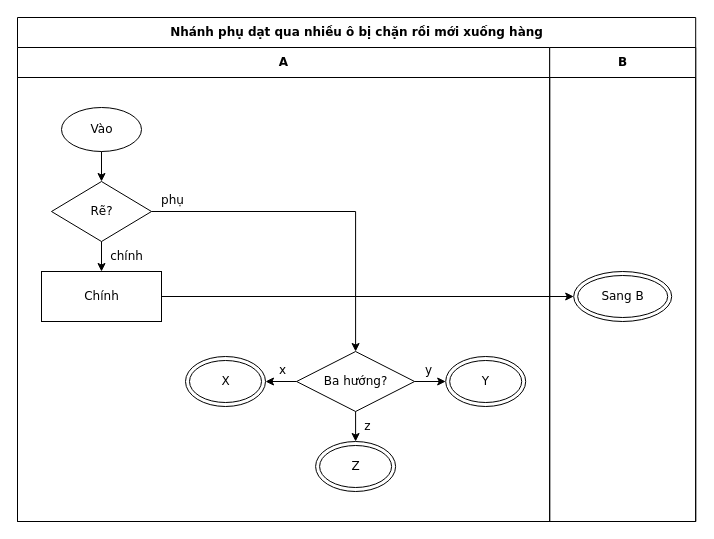
The draw.io diagram conformance/golden/cases/45-place-side-shift-blocked.drawio in luytbq/flowcast, before the edit. Source tidied: cells renumbered, new cells numbered last; positions are measured from the earlier drawing's top-left corner, leaving out a move shared by most shapes. Both pictures are drawn from the tidied source at 100%, with x=0, y=0 at pixel (17, 17).
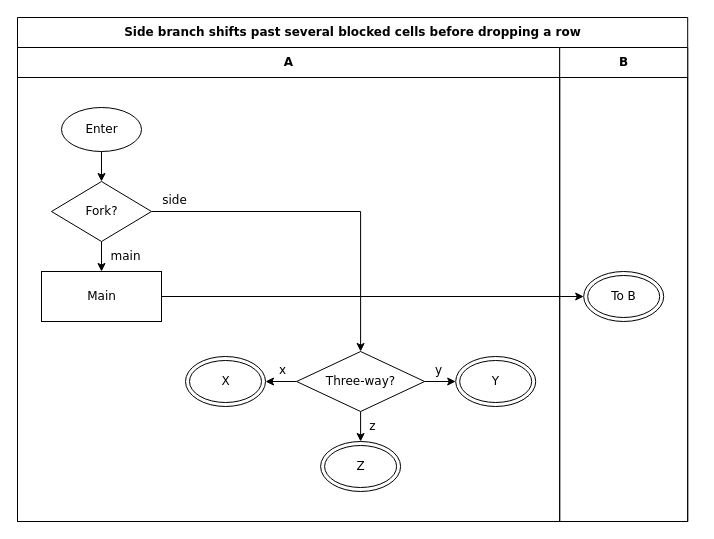
The same page after the edit.

Diff of the diagram source:
```diff
@@
-    <mxCell id="2" value="Nhánh phụ dạt qua nhiều ô bị chặn rồi mới xuống hàng" style="swimlane;html=1;startSize=30;fontStyle=1;fontFamily=Verdana;fontSize=12;flowtable=1;" parent="1" vertex="1">
-      <mxGeometry width="678.2" height="504" as="geometry" />
+    <mxCell id="2" value="Side branch shifts past several blocked cells before dropping a row" style="swimlane;html=1;startSize=30;fontStyle=1;fontFamily=Verdana;fontSize=12;flowtable=1;" parent="1" vertex="1">
+      <mxGeometry width="670.2" height="504" as="geometry" />
     </mxCell>
     <mxCell id="3" value="A" style="swimlane;html=1;startSize=30;fontFamily=Verdana;fontSize=12;flowtable=1;" parent="2" vertex="1">
-      <mxGeometry y="30" width="532.2" height="474" as="geometry" />
+      <mxGeometry y="30" width="542.2" height="474" as="geometry" />
     </mxCell>
     <mxCell id="4" value="B" style="swimlane;html=1;startSize=30;fontFamily=Verdana;fontSize=12;flowtable=1;" parent="2" vertex="1">
-      <mxGeometry x="532.2" y="30" width="146" height="474" as="geometry" />
+      <mxGeometry x="542.2" y="30" width="128" height="474" as="geometry" />
     </mxCell>
-    <mxCell id="5" value="Vào" style="ellipse;html=1;fontFamily=Verdana;fontSize=12;flowtable=1;" parent="3" vertex="1">
+    <mxCell id="5" value="Enter" style="ellipse;html=1;fontFamily=Verdana;fontSize=12;flowtable=1;" parent="3" vertex="1">
       <mxGeometry x="44" y="60" width="80" height="44" as="geometry" />
     </mxCell>
-    <mxCell id="6" value="Rẽ?" style="rhombus;html=1;fontFamily=Verdana;fontSize=12;flowtable=1;" parent="3" vertex="1">
+    <mxCell id="6" value="Fork?" style="rhombus;html=1;fontFamily=Verdana;fontSize=12;flowtable=1;" parent="3" vertex="1">
       <mxGeometry x="34" y="134" width="100" height="60" as="geometry" />
     </mxCell>
-    <mxCell id="7" value="Chính" style="rounded=0;html=1;fontFamily=Verdana;fontSize=12;flowtable=1;" parent="3" vertex="1">
+    <mxCell id="7" value="Main" style="rounded=0;html=1;fontFamily=Verdana;fontSize=12;flowtable=1;" parent="3" vertex="1">
       <mxGeometry x="24" y="224" width="120" height="50" as="geometry" />
     </mxCell>
-    <mxCell id="8" value="Sang B" style="shape=doubleEllipse;html=1;fontFamily=Verdana;fontSize=12;flowtable=1;" parent="4" vertex="1">
-      <mxGeometry x="24" y="224" width="98" height="50" as="geometry" />
+    <mxCell id="8" value="To B" style="shape=doubleEllipse;html=1;fontFamily=Verdana;fontSize=12;flowtable=1;" parent="4" vertex="1">
+      <mxGeometry x="24" y="224" width="80" height="50" as="geometry" />
     </mxCell>
-    <mxCell id="9" value="Ba hướng?" style="rhombus;html=1;fontFamily=Verdana;fontSize=12;flowtable=1;" parent="3" vertex="1">
-      <mxGeometry x="279.1" y="304" width="118" height="60" as="geometry" />
+    <mxCell id="9" value="Three-way?" style="rhombus;html=1;fontFamily=Verdana;fontSize=12;flowtable=1;" parent="3" vertex="1">
+      <mxGeometry x="279.1" y="304" width="128" height="60" as="geometry" />
     </mxCell>
@@
     <mxCell id="11" value="Y" style="shape=doubleEllipse;html=1;fontFamily=Verdana;fontSize=12;flowtable=1;" parent="3" vertex="1">
-      <mxGeometry x="428.2" y="309" width="80" height="50" as="geometry" />
+      <mxGeometry x="438.2" y="309" width="80" height="50" as="geometry" />
     </mxCell>
     <mxCell id="12" value="Z" style="shape=doubleEllipse;html=1;fontFamily=Verdana;fontSize=12;flowtable=1;" parent="3" vertex="1">
-      <mxGeometry x="298.1" y="394" width="80" height="50" as="geometry" />
+      <mxGeometry x="303.1" y="394" width="80" height="50" as="geometry" />
     </mxCell>
@@
-    <mxCell id="14" value="phụ" style="edgeStyle=orthogonalEdgeStyle;rounded=0;jettySize=auto;html=1;labelBackgroundColor=default;exitX=1;exitY=0.5;exitDx=0;exitDy=0;entryX=0.5;entryY=0;entryDx=0;entryDy=0;fontFamily=Verdana;fontSize=12;flowtable=1;" parent="2" edge="1" source="6" target="9">
-      <mxGeometry x="-0.88" relative="1" as="geometry">
+    <mxCell id="14" value="side" style="edgeStyle=orthogonalEdgeStyle;rounded=0;jettySize=auto;html=1;labelBackgroundColor=default;exitX=1;exitY=0.5;exitDx=0;exitDy=0;entryX=0.5;entryY=0;entryDx=0;entryDy=0;fontFamily=Verdana;fontSize=12;flowtable=1;" parent="2" edge="1" source="6" target="9">
+      <mxGeometry x="-0.87" relative="1" as="geometry">
         <Array as="points">
-          <mxPoint x="338.1" y="194" />
+          <mxPoint x="343.1" y="194" />
         </Array>
         <mxPoint y="-11.5" as="offset" />
       </mxGeometry>
     </mxCell>
-    <mxCell id="15" value="chính" style="edgeStyle=orthogonalEdgeStyle;rounded=0;jettySize=auto;html=1;labelBackgroundColor=default;exitX=0.5;exitY=1;exitDx=0;exitDy=0;entryX=0.5;entryY=0;entryDx=0;entryDy=0;fontFamily=Verdana;fontSize=12;flowtable=1;" parent="2" edge="1" source="6" target="7">
+    <mxCell id="15" value="main" style="edgeStyle=orthogonalEdgeStyle;rounded=0;jettySize=auto;html=1;labelBackgroundColor=default;exitX=0.5;exitY=1;exitDx=0;exitDy=0;entryX=0.5;entryY=0;entryDx=0;entryDy=0;fontFamily=Verdana;fontSize=12;flowtable=1;" parent="2" edge="1" source="6" target="7">
       <mxGeometry x="-0.03" relative="1" as="geometry">
-        <mxPoint x="25.2" as="offset" />
+        <mxPoint x="23.9" as="offset" />
       </mxGeometry>
     </mxCell>
```
